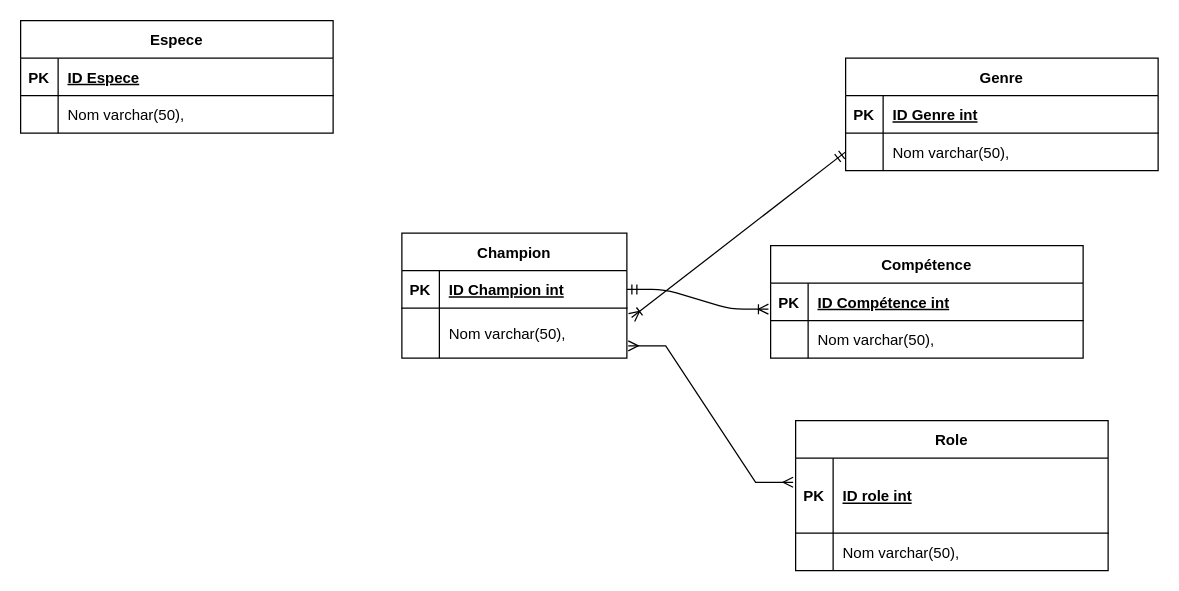
The draw.io diagram Diagramme sans nom.drawio in CamilleSimon/BTS2-CIEL-IR-MCD-2024-2025, before the edit. Source tidied: cells renumbered, new cells numbered last; positions are measured from the earlier drawing's top-left corner, leaving out a move shared by most shapes. Both pictures are drawn from the tidied source at 125%, with x=0, y=0 at pixel (20, 20).
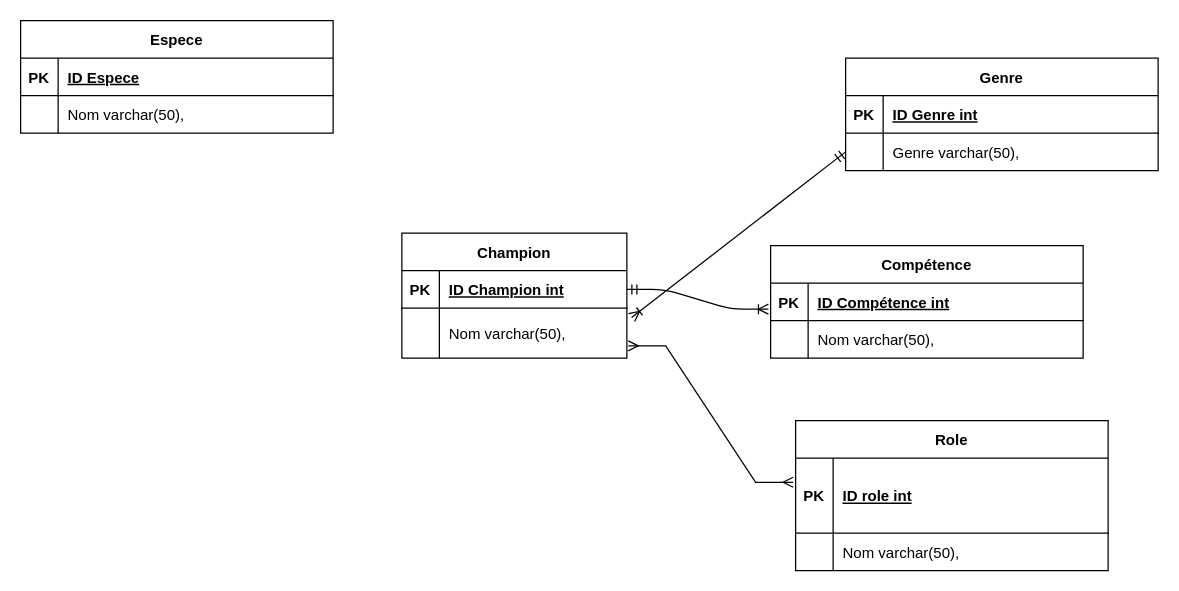
The same diagram, later.

Commit message (it also covers changes not shown here):
Mettre à jour Diagramme sans nom.drawio

The change refers to these unchanged cells:
```xml
<mxCell id="21" style="shape=partialRectangle;fillColor=none;points=[[0,0.5],[1,0.5]];portConstraint=eastwest;top=0;left=0;right=0;bottom=0;" parent="17" vertex="1">
  <mxGeometry y="60" width="250" height="30" as="geometry" />
</mxCell>
```

What changed in the source:
```diff
@@
-    <mxCell id="23" value="Nom varchar(50)," style="shape=partialRectangle;overflow=hidden;fillColor=none;top=0;left=0;bottom=0;right=0;align=left;spacingLeft=6;" parent="21" vertex="1">
+    <mxCell id="23" value="Genre varchar(50)," style="shape=partialRectangle;overflow=hidden;fillColor=none;top=0;left=0;bottom=0;right=0;align=left;spacingLeft=6;" parent="21" vertex="1">
       <mxGeometry x="30" width="220" height="30" as="geometry" />
     </mxCell>
```
